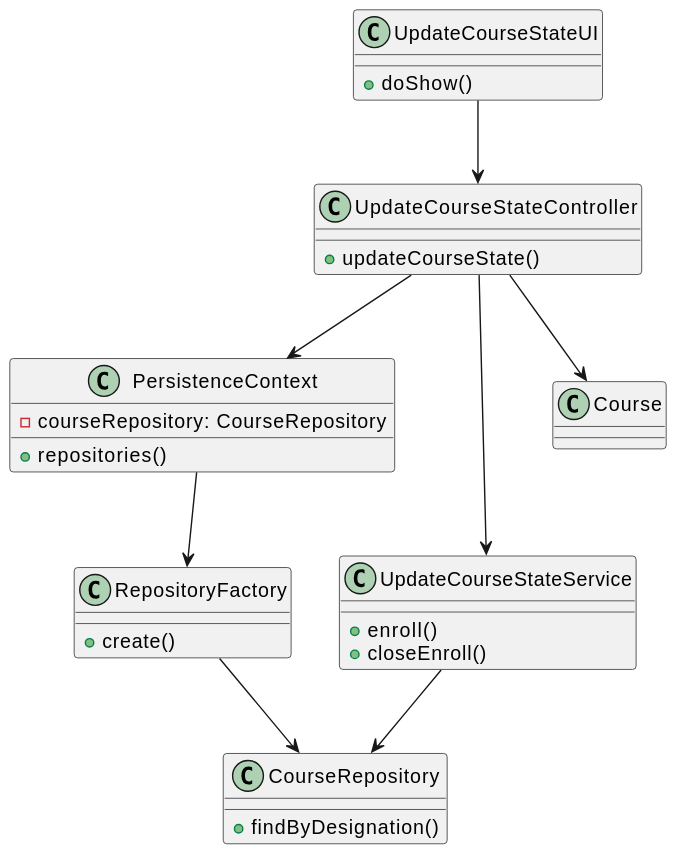
mascenso/isep-sem4-lapr4 keeps this PlantUML diagram as docs/SPRINT B/US1003 - Open and close course Enrollment/US1003-CD.svg. Above is the earlier version.
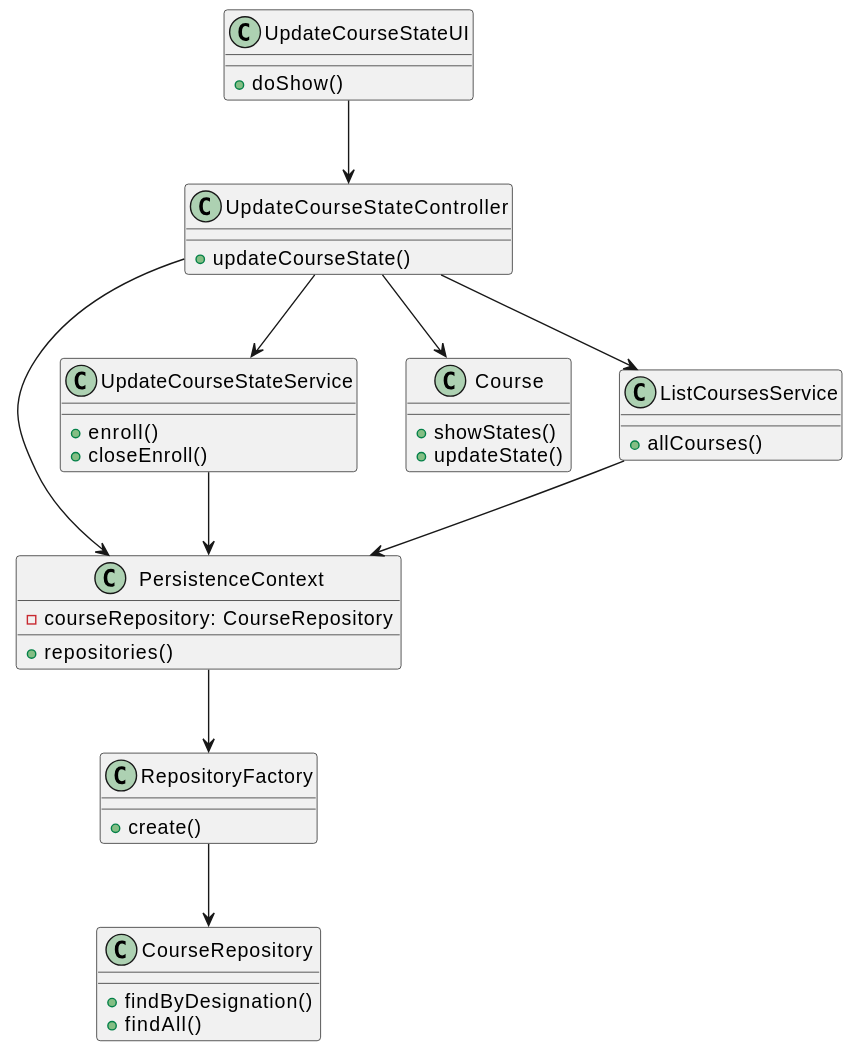
Later version of the same file.

The edit, as a diff of the source:
```diff
@@ -9,6 +9,7 @@
 
 class CourseRepository {
     +findByDesignation()
+    +findAll()
 }
 
 class PersistenceContext {
@@ -27,13 +28,21 @@
 }
 
 class Course {
+    +showStates()
+    +updateState()
+}
+
+class ListCoursesService {
+    +allCourses()
 }
 
 UpdateCourseStateUI --> UpdateCourseStateController
 UpdateCourseStateController --> UpdateCourseStateService
 UpdateCourseStateController --> PersistenceContext
+UpdateCourseStateController --> ListCoursesService
 PersistenceContext --> RepositoryFactory
 RepositoryFactory --> CourseRepository
-UpdateCourseStateService --> CourseRepository
+ListCoursesService --> PersistenceContext
+UpdateCourseStateService --> PersistenceContext
 UpdateCourseStateController --> Course
 @enduml
```
